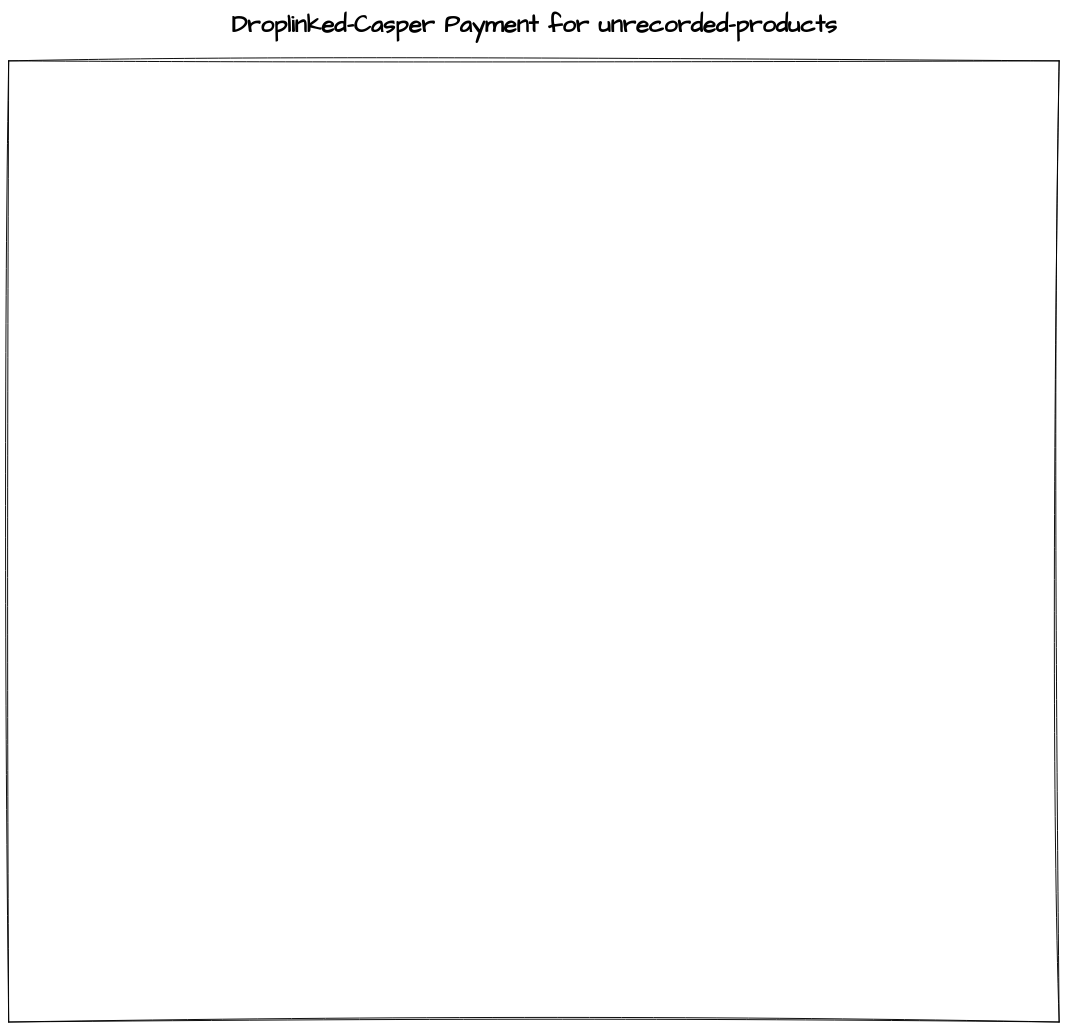
Earlier version of the draw.io diagram CasperPaymentDetails.drawio (k3rn3lpanicc/DroplinkedCharts). Source tidied: cells renumbered, new cells numbered last; positions are measured from the earlier drawing's top-left corner, leaving out a move shared by most shapes. Both pictures are drawn from the tidied source at 47%, with x=0, y=0 at pixel (8, 8). Pictures stored in the file or linked from it are replaced by grey dashed boxes.
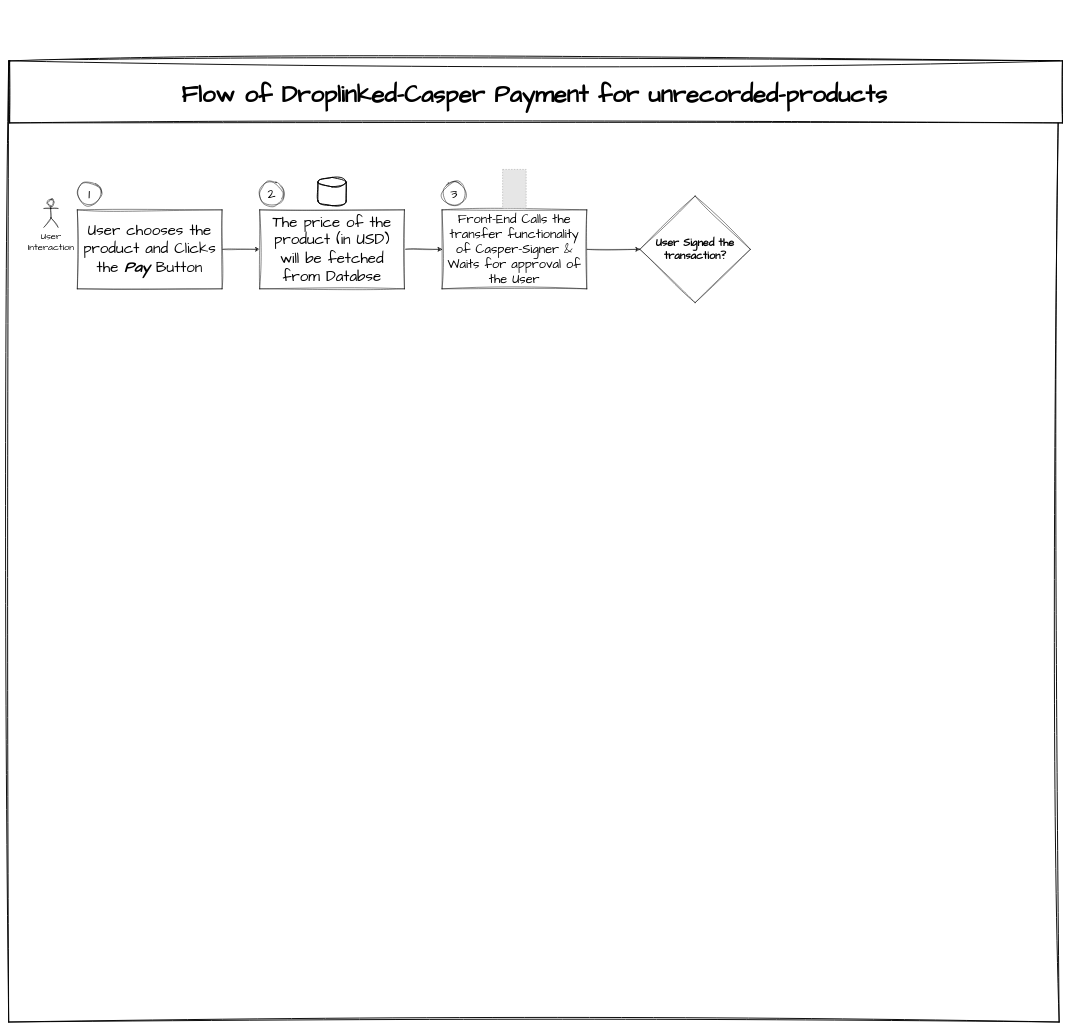
The same page after the edit.

Change to the diagram source:
```diff
@@
 <mxGraphModel>
   <root>
     <mxCell id="0" />
     <mxCell id="1" parent="0" />
     <mxCell id="2" style="rounded=0;whiteSpace=wrap;html=1;sketch=1;hachureGap=4;jiggle=2;curveFitting=1;fontFamily=Architects Daughter;fontSize=20;strokeWidth=2;" parent="1" vertex="1">
       <mxGeometry y="112" width="2235" height="2045" as="geometry" />
     </mxCell>
+    <mxCell id="4" style="rounded=0;whiteSpace=wrap;html=1;sketch=1;hachureGap=4;jiggle=2;curveFitting=1;fontFamily=Architects Daughter;fontSize=20;strokeWidth=2;" parent="1" vertex="1">
+      <mxGeometry x="2" y="112" width="2240" height="132" as="geometry" />
+    </mxCell>
-    <mxCell id="3" value="Droplinked-Casper Payment for unrecorded-products" style="text;html=1;align=center;verticalAlign=middle;strokeColor=none;fillColor=none;fontSize=51;fontFamily=Architects Daughter;fontStyle=1;" parent="1" vertex="1">
-      <mxGeometry x="464.5" width="1306" height="73" as="geometry" />
+    <mxCell id="3" value="Flow of Droplinked-Casper Payment for unrecorded-products" style="text;html=1;align=center;verticalAlign=middle;strokeColor=none;fillColor=none;fontSize=51;fontFamily=Architects Daughter;fontStyle=1;" parent="1" vertex="1">
+      <mxGeometry x="358" y="147" width="1519" height="73" as="geometry" />
     </mxCell>
+    <mxCell id="5" style="edgeStyle=orthogonalEdgeStyle;rounded=0;sketch=1;hachureGap=4;jiggle=2;curveFitting=1;jettySize=auto;html=1;fontFamily=Architects Daughter;fontSize=16;" parent="1" edge="1" source="6" target="10">
+      <mxGeometry relative="1" as="geometry" />
+    </mxCell>
+    <mxCell id="6" value="&lt;span style=&quot;font-size: 32px;&quot;&gt;User chooses the product and Clicks the &lt;b&gt;&lt;i&gt;Pay &lt;/i&gt;&lt;/b&gt;Button&lt;/span&gt;" style="rounded=0;whiteSpace=wrap;html=1;sketch=1;hachureGap=4;jiggle=2;curveFitting=1;fontFamily=Architects Daughter;fontSize=20;" parent="1" vertex="1">
+      <mxGeometry x="146" y="429" width="308" height="168" as="geometry" />
+    </mxCell>
+    <mxCell id="7" value="&lt;font style=&quot;font-size: 30px;&quot;&gt;1&lt;/font&gt;" style="ellipse;whiteSpace=wrap;html=1;sketch=1;hachureGap=4;jiggle=2;curveFitting=1;fontFamily=Architects Daughter;fontSize=20;" parent="1" vertex="1">
+      <mxGeometry x="146" y="369" width="51" height="51" as="geometry" />
+    </mxCell>
+    <mxCell id="8" value="User &lt;br&gt;Interaction" style="shape=umlActor;verticalLabelPosition=bottom;verticalAlign=top;html=1;sketch=1;hachureGap=4;jiggle=2;curveFitting=1;fontFamily=Architects Daughter;fontSize=20;" parent="1" vertex="1">
+      <mxGeometry x="75" y="406" width="30" height="60" as="geometry" />
+    </mxCell>
+    <mxCell id="9" style="edgeStyle=orthogonalEdgeStyle;rounded=0;sketch=1;hachureGap=4;jiggle=2;curveFitting=1;jettySize=auto;html=1;fontFamily=Architects Daughter;fontSize=16;" parent="1" edge="1" source="10" target="13">
+      <mxGeometry relative="1" as="geometry" />
+    </mxCell>
+    <mxCell id="10" value="&lt;span style=&quot;font-size: 32px;&quot;&gt;The price of the product (in USD)&lt;br&gt;will be fetched from Databse&lt;br&gt;&lt;/span&gt;" style="rounded=0;whiteSpace=wrap;html=1;sketch=1;hachureGap=4;jiggle=2;curveFitting=1;fontFamily=Architects Daughter;fontSize=20;" parent="1" vertex="1">
+      <mxGeometry x="534" y="429" width="308" height="168" as="geometry" />
+    </mxCell>
+    <mxCell id="11" value="&lt;font style=&quot;font-size: 30px;&quot;&gt;2&lt;/font&gt;" style="ellipse;whiteSpace=wrap;html=1;sketch=1;hachureGap=4;jiggle=2;curveFitting=1;fontFamily=Architects Daughter;fontSize=20;" parent="1" vertex="1">
+      <mxGeometry x="534" y="369" width="51" height="51" as="geometry" />
+    </mxCell>
+    <mxCell id="12" style="edgeStyle=orthogonalEdgeStyle;rounded=0;sketch=1;hachureGap=4;jiggle=2;curveFitting=1;jettySize=auto;html=1;entryX=0;entryY=0.5;entryDx=0;entryDy=0;fontFamily=Architects Daughter;fontSize=16;" parent="1" edge="1" source="13" target="15">
+      <mxGeometry relative="1" as="geometry" />
+    </mxCell>
+    <mxCell id="13" value="&lt;font style=&quot;font-size: 27px;&quot;&gt;Front-End Calls the transfer functionality of Casper-Signer &amp;amp; Waits for approval of the User&lt;/font&gt;" style="rounded=0;whiteSpace=wrap;html=1;sketch=1;hachureGap=4;jiggle=2;curveFitting=1;fontFamily=Architects Daughter;fontSize=20;" parent="1" vertex="1">
+      <mxGeometry x="922" y="429" width="308" height="168" as="geometry" />
+    </mxCell>
+    <mxCell id="14" value="&lt;font style=&quot;font-size: 30px;&quot;&gt;3&lt;/font&gt;" style="ellipse;whiteSpace=wrap;html=1;sketch=1;hachureGap=4;jiggle=2;curveFitting=1;fontFamily=Architects Daughter;fontSize=20;" parent="1" vertex="1">
+      <mxGeometry x="922" y="369" width="51" height="51" as="geometry" />
+    </mxCell>
+    <mxCell id="15" value="&lt;b&gt;&lt;font style=&quot;font-size: 23px;&quot;&gt;User Signed the transaction?&lt;/font&gt;&lt;/b&gt;" style="rhombus;whiteSpace=wrap;html=1;sketch=1;hachureGap=4;jiggle=2;curveFitting=1;fontFamily=Architects Daughter;fontSize=20;" parent="1" vertex="1">
+      <mxGeometry x="1343" y="399.5" width="235" height="227" as="geometry" />
+    </mxCell>
+    <mxCell id="16" style="strokeWidth=2;html=1;shape=mxgraph.flowchart.database;whiteSpace=wrap;sketch=1;hachureGap=4;jiggle=2;curveFitting=1;fontFamily=Architects Daughter;fontSize=20;" parent="1" vertex="1">
+      <mxGeometry x="658" y="360" width="60" height="60" as="geometry" />
+    </mxCell>
+    <mxCell id="17" style="fillColor=#E6E6E6;strokeColor=#999999;dashed=1;verticalLabelPosition=bottom;labelBackgroundColor=default;verticalAlign=top;" parent="1" vertex="1">
+      <mxGeometry x="1050.9" y="343" width="50.1" height="83" as="geometry" />
+    </mxCell>
   </root>
 </mxGraphModel>
```
